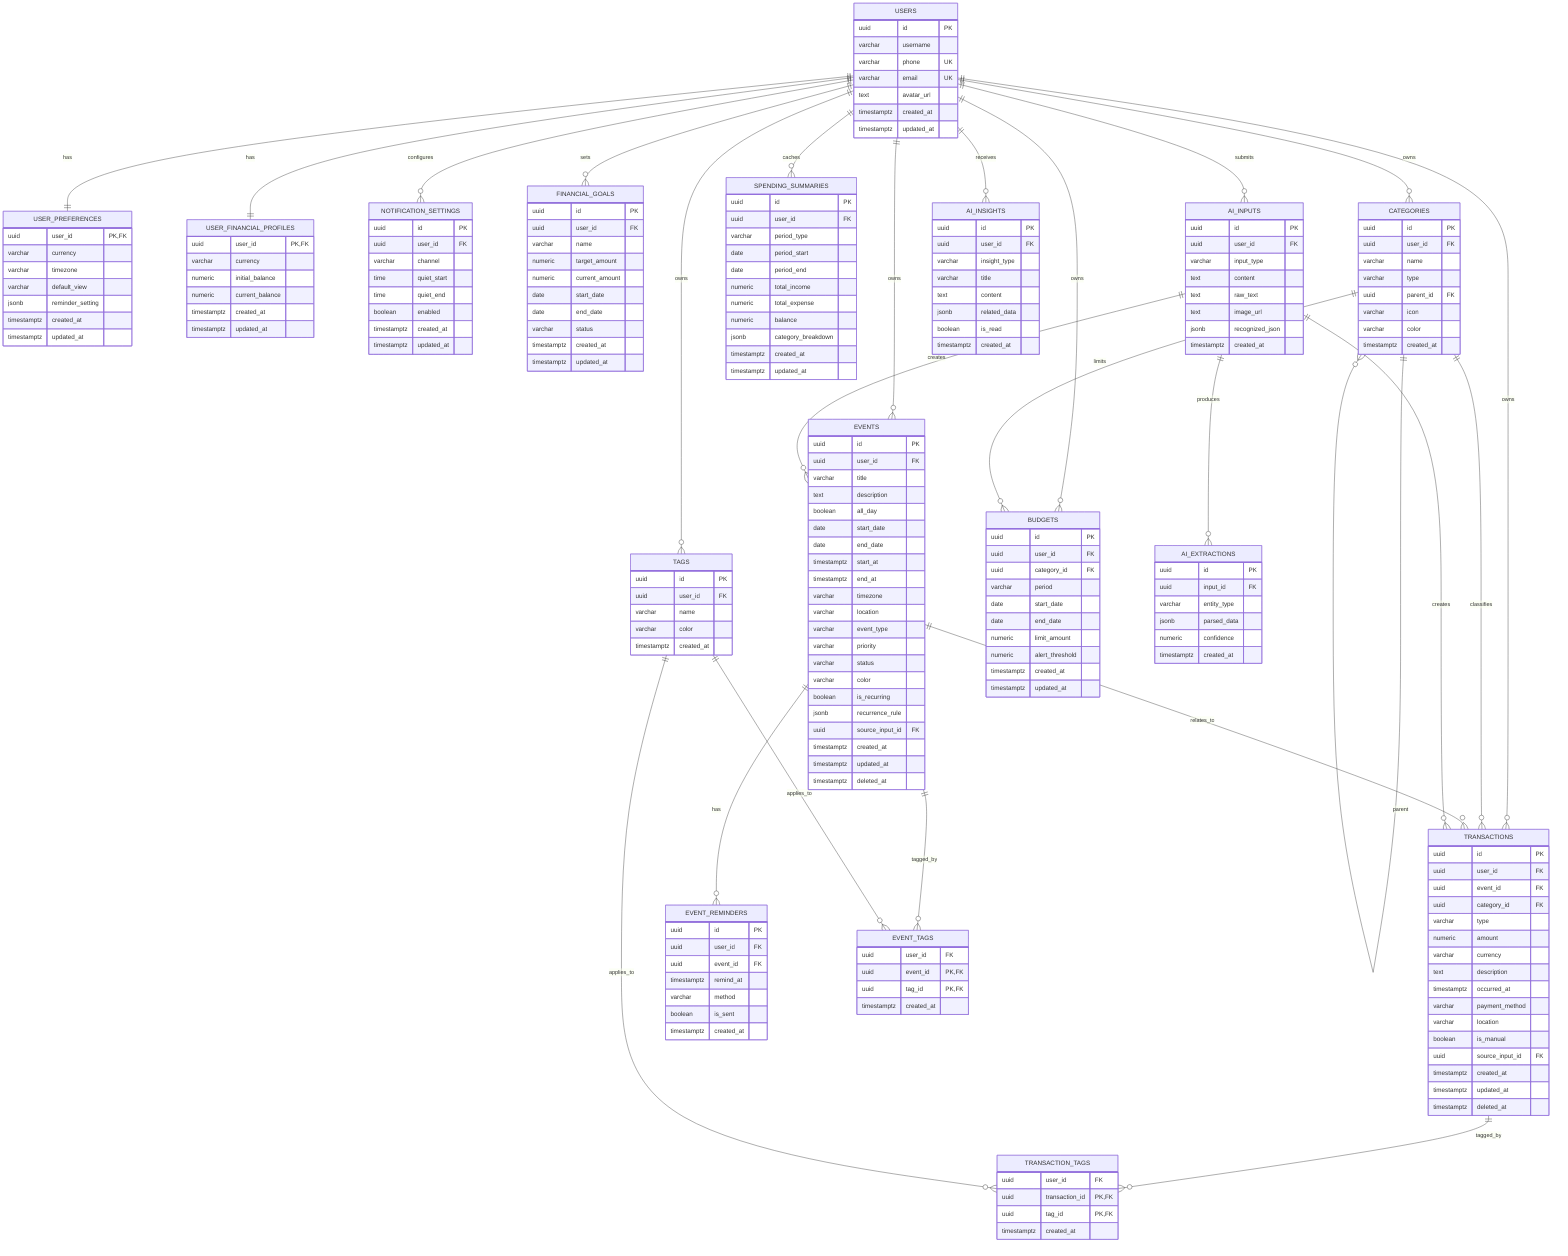
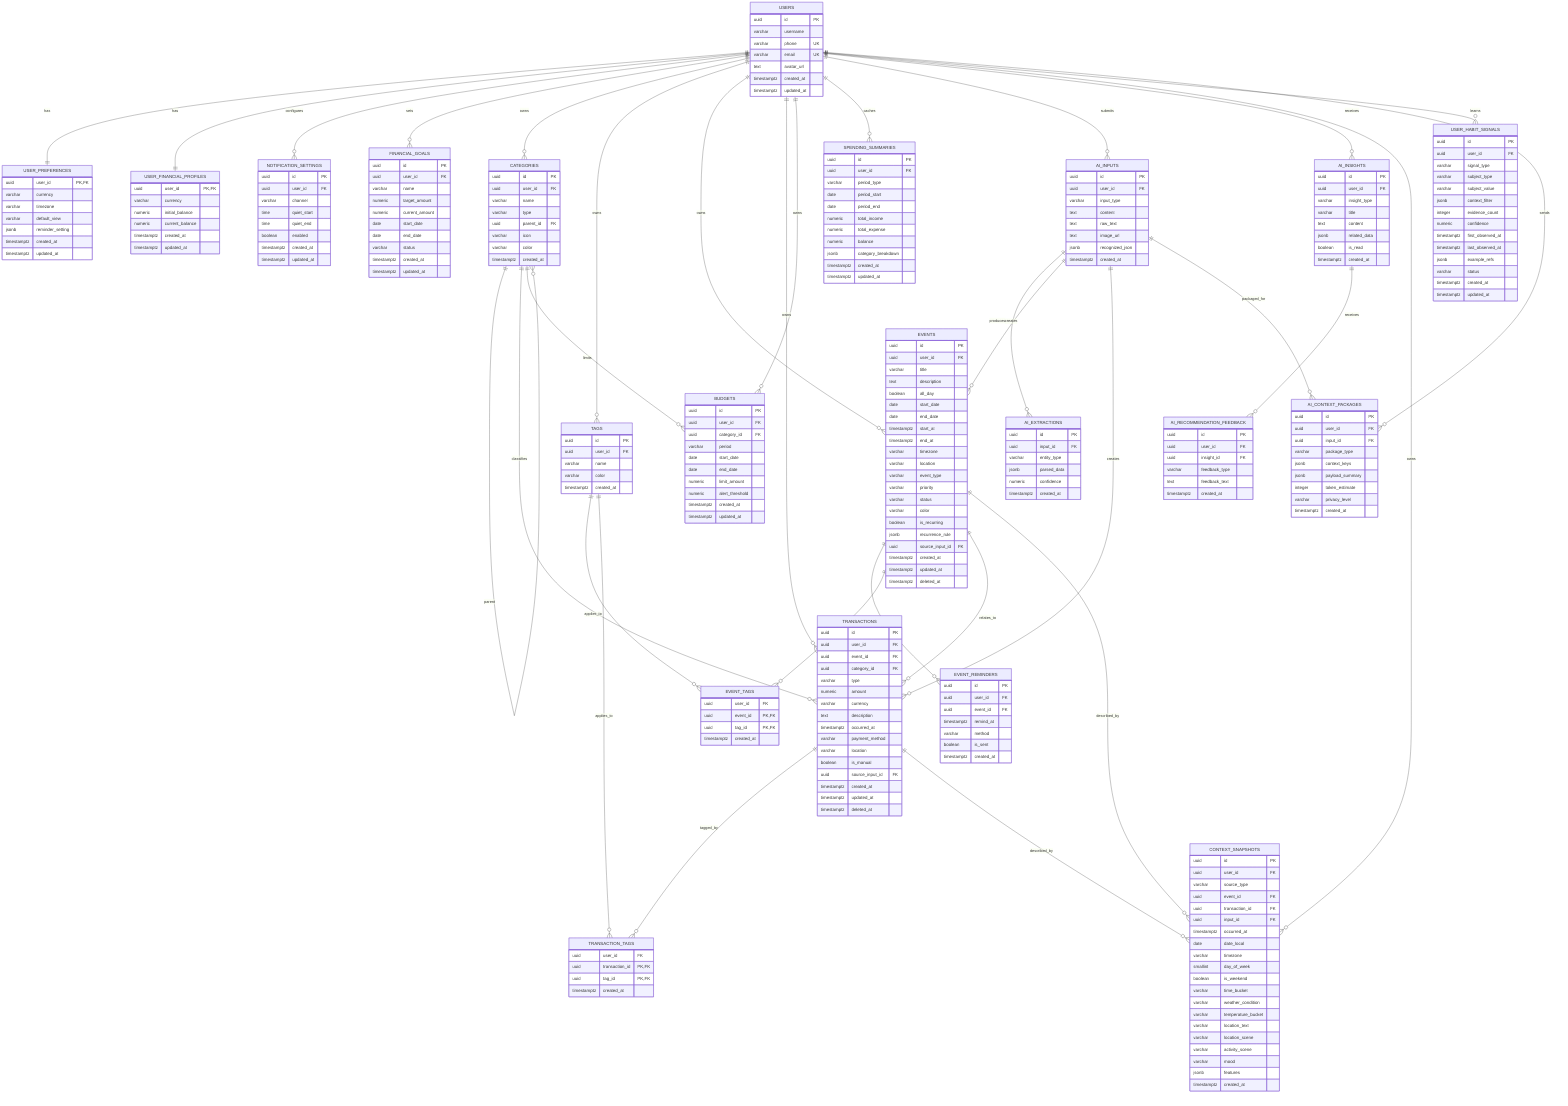
erDiagram
    USERS ||--|| USER_PREFERENCES : has
    USERS ||--|| USER_FINANCIAL_PROFILES : has
    USERS ||--o{ NOTIFICATION_SETTINGS : configures
    USERS ||--o{ FINANCIAL_GOALS : sets
    USERS ||--o{ CATEGORIES : owns
    USERS ||--o{ TAGS : owns
    USERS ||--o{ EVENTS : owns
    USERS ||--o{ TRANSACTIONS : owns
    USERS ||--o{ BUDGETS : owns
    USERS ||--o{ SPENDING_SUMMARIES : caches
    USERS ||--o{ AI_INPUTS : submits
    USERS ||--o{ AI_INSIGHTS : receives

    CATEGORIES ||--o{ CATEGORIES : parent
    CATEGORIES ||--o{ TRANSACTIONS : classifies
    CATEGORIES ||--o{ BUDGETS : limits

    EVENTS ||--o{ EVENT_REMINDERS : has
    EVENTS ||--o{ EVENT_TAGS : tagged_by
    EVENTS ||--o{ TRANSACTIONS : relates_to

    TRANSACTIONS ||--o{ TRANSACTION_TAGS : tagged_by
    TAGS ||--o{ EVENT_TAGS : applies_to
    TAGS ||--o{ TRANSACTION_TAGS : applies_to

    AI_INPUTS ||--o{ AI_EXTRACTIONS : produces
    AI_INPUTS ||--o{ EVENTS : creates
    AI_INPUTS ||--o{ TRANSACTIONS : creates
+     AI_INPUTS ||--o{ AI_CONTEXT_PACKAGES : packaged_for
+     AI_INSIGHTS ||--o{ AI_RECOMMENDATION_FEEDBACK : receives
+     EVENTS ||--o{ CONTEXT_SNAPSHOTS : described_by
+     TRANSACTIONS ||--o{ CONTEXT_SNAPSHOTS : described_by
+     USERS ||--o{ CONTEXT_SNAPSHOTS : owns
+     USERS ||--o{ USER_HABIT_SIGNALS : learns
+     USERS ||--o{ AI_CONTEXT_PACKAGES : sends

    USERS {
        uuid id PK
        varchar username
        varchar phone UK
        varchar email UK
        text avatar_url
        timestamptz created_at
        timestamptz updated_at
    }

    USER_PREFERENCES {
        uuid user_id PK,FK
        varchar currency
        varchar timezone
        varchar default_view
        jsonb reminder_setting
        timestamptz created_at
        timestamptz updated_at
    }

    USER_FINANCIAL_PROFILES {
        uuid user_id PK,FK
        varchar currency
        numeric initial_balance
        numeric current_balance
        timestamptz created_at
        timestamptz updated_at
    }

    NOTIFICATION_SETTINGS {
        uuid id PK
        uuid user_id FK
        varchar channel
        time quiet_start
        time quiet_end
        boolean enabled
        timestamptz created_at
        timestamptz updated_at
    }

    FINANCIAL_GOALS {
        uuid id PK
        uuid user_id FK
        varchar name
        numeric target_amount
        numeric current_amount
        date start_date
        date end_date
        varchar status
        timestamptz created_at
        timestamptz updated_at
    }

    CATEGORIES {
        uuid id PK
        uuid user_id FK
        varchar name
        varchar type
        uuid parent_id FK
        varchar icon
        varchar color
        timestamptz created_at
    }

    TAGS {
        uuid id PK
        uuid user_id FK
        varchar name
        varchar color
        timestamptz created_at
    }

    EVENTS {
        uuid id PK
        uuid user_id FK
        varchar title
        text description
        boolean all_day
        date start_date
        date end_date
        timestamptz start_at
        timestamptz end_at
        varchar timezone
        varchar location
        varchar event_type
        varchar priority
        varchar status
        varchar color
        boolean is_recurring
        jsonb recurrence_rule
        uuid source_input_id FK
        timestamptz created_at
        timestamptz updated_at
        timestamptz deleted_at
    }

    EVENT_REMINDERS {
        uuid id PK
        uuid user_id FK
        uuid event_id FK
        timestamptz remind_at
        varchar method
        boolean is_sent
        timestamptz created_at
    }

    EVENT_TAGS {
        uuid user_id FK
        uuid event_id PK,FK
        uuid tag_id PK,FK
        timestamptz created_at
    }

    TRANSACTIONS {
        uuid id PK
        uuid user_id FK
        uuid event_id FK
        uuid category_id FK
        varchar type
        numeric amount
        varchar currency
        text description
        timestamptz occurred_at
        varchar payment_method
        varchar location
        boolean is_manual
        uuid source_input_id FK
        timestamptz created_at
        timestamptz updated_at
        timestamptz deleted_at
    }

    TRANSACTION_TAGS {
        uuid user_id FK
        uuid transaction_id PK,FK
        uuid tag_id PK,FK
        timestamptz created_at
    }

    BUDGETS {
        uuid id PK
        uuid user_id FK
        uuid category_id FK
        varchar period
        date start_date
        date end_date
        numeric limit_amount
        numeric alert_threshold
        timestamptz created_at
        timestamptz updated_at
    }

    SPENDING_SUMMARIES {
        uuid id PK
        uuid user_id FK
        varchar period_type
        date period_start
        date period_end
        numeric total_income
        numeric total_expense
        numeric balance
        jsonb category_breakdown
        timestamptz created_at
        timestamptz updated_at
    }

    AI_INPUTS {
        uuid id PK
        uuid user_id FK
        varchar input_type
        text content
        text raw_text
        text image_url
        jsonb recognized_json
        timestamptz created_at
    }

    AI_EXTRACTIONS {
        uuid id PK
        uuid input_id FK
        varchar entity_type
        jsonb parsed_data
        numeric confidence
        timestamptz created_at
    }

    AI_INSIGHTS {
        uuid id PK
        uuid user_id FK
        varchar insight_type
        varchar title
        text content
        jsonb related_data
        boolean is_read
        timestamptz created_at
    }
+ 
+     CONTEXT_SNAPSHOTS {
+         uuid id PK
+         uuid user_id FK
+         varchar source_type
+         uuid event_id FK
+         uuid transaction_id FK
+         uuid input_id FK
+         timestamptz occurred_at
+         date date_local
+         varchar timezone
+         smallint day_of_week
+         boolean is_weekend
+         varchar time_bucket
+         varchar weather_condition
+         varchar temperature_bucket
+         varchar location_text
+         varchar location_scene
+         varchar activity_scene
+         varchar mood
+         jsonb features
+         timestamptz created_at
+     }
+ 
+     USER_HABIT_SIGNALS {
+         uuid id PK
+         uuid user_id FK
+         varchar signal_type
+         varchar subject_type
+         varchar subject_value
+         jsonb context_filter
+         integer evidence_count
+         numeric confidence
+         timestamptz first_observed_at
+         timestamptz last_observed_at
+         jsonb example_refs
+         varchar status
+         timestamptz created_at
+         timestamptz updated_at
+     }
+ 
+     AI_CONTEXT_PACKAGES {
+         uuid id PK
+         uuid user_id FK
+         uuid input_id FK
+         varchar package_type
+         jsonb context_keys
+         jsonb payload_summary
+         integer token_estimate
+         varchar privacy_level
+         timestamptz created_at
+     }
+ 
+     AI_RECOMMENDATION_FEEDBACK {
+         uuid id PK
+         uuid user_id FK
+         uuid insight_id FK
+         varchar feedback_type
+         text feedback_text
+         timestamptz created_at
+     }
